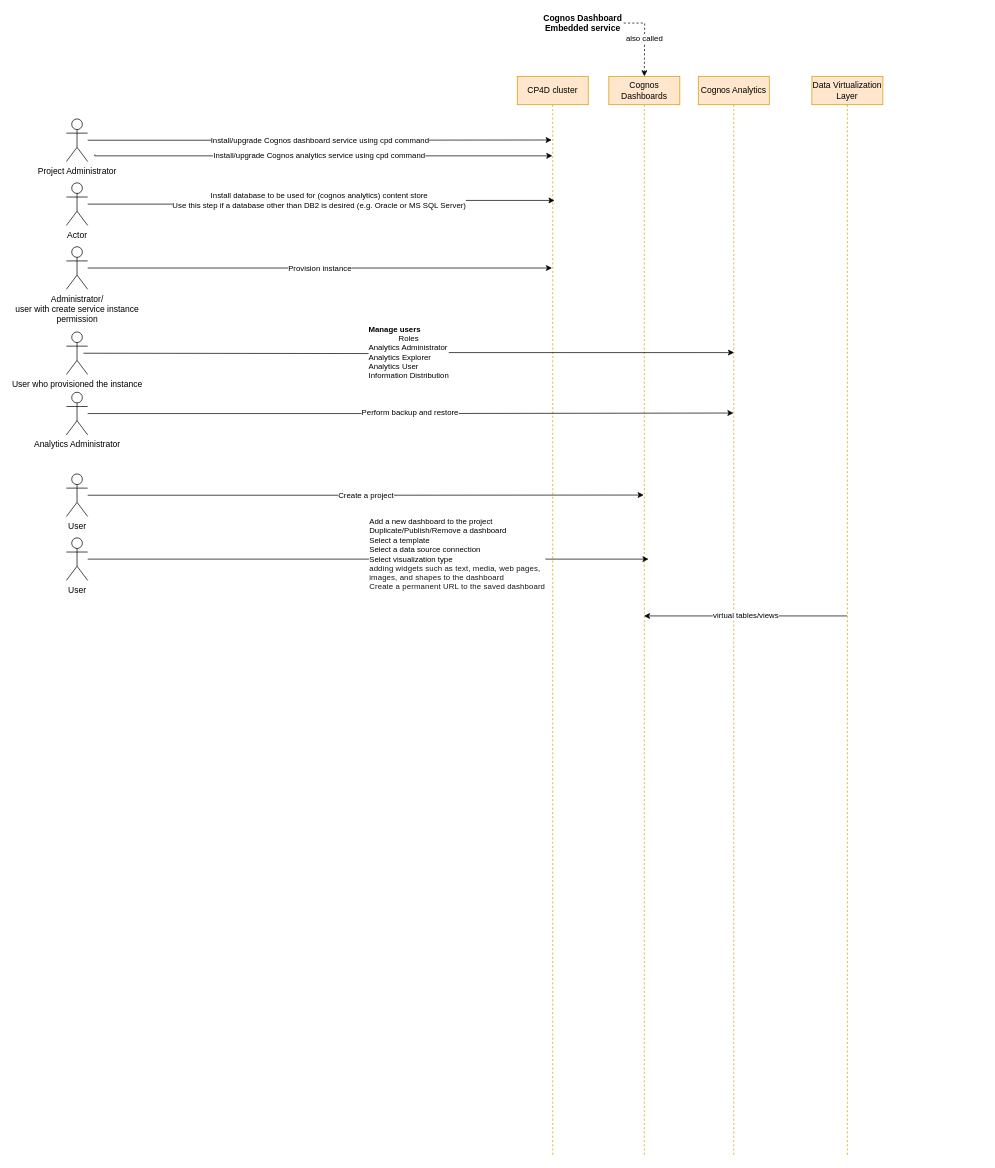
The draw.io diagram dashboard.drawio in kanchantewary/CloudPakForData, before the edit. Source tidied: cells renumbered, new cells numbered last; positions are measured from the earlier drawing's top-left corner, leaving out a move shared by most shapes. Both pictures are drawn from the tidied source at 71%, with x=0, y=0 at pixel (66, 12).
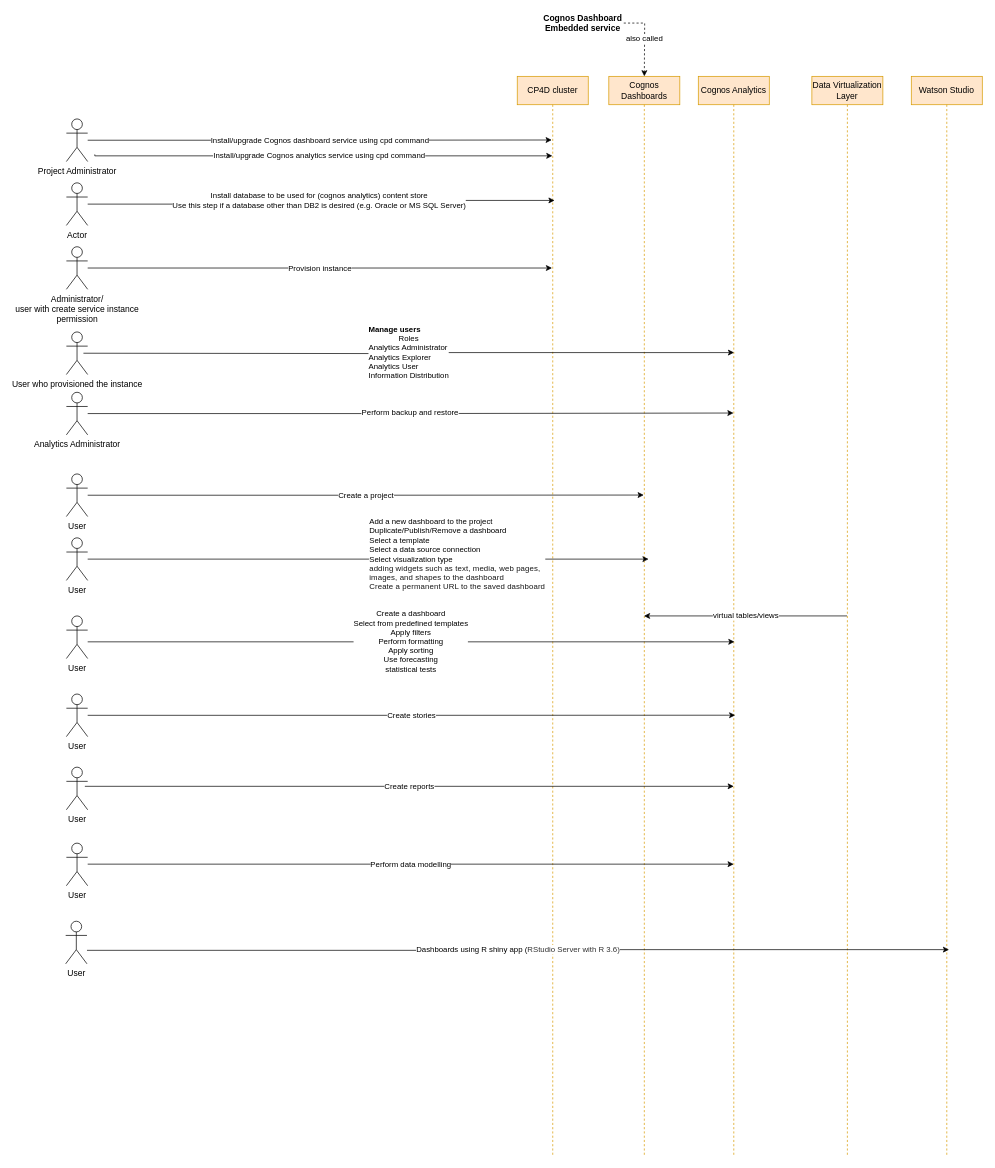
The same page after the edit.

Unchanged cells that the change refers to:
```xml
<mxCell id="2" value="Cognos Analytics" style="shape=umlLifeline;perimeter=lifelinePerimeter;whiteSpace=wrap;html=1;outlineConnect=0;fillColor=#ffe6cc;strokeColor=#d79b00;" parent="1" vertex="1">
  <mxGeometry x="890" y="90" width="100" height="1520" as="geometry" />
</mxCell>
```

Change to the diagram source:
```diff
@@
+    <mxCell id="25" value="Create a dashboard&lt;br&gt;Select from predefined templates&lt;br&gt;Apply filters&lt;br&gt;Perform formatting&lt;br&gt;Apply sorting&lt;br&gt;Use forecasting&lt;br&gt;statistical tests&lt;br&gt;" style="edgeStyle=orthogonalEdgeStyle;rounded=0;jettySize=auto;html=1;entryX=0.509;entryY=0.524;entryDx=0;entryDy=0;entryPerimeter=0;" parent="1" edge="1" source="26" target="2">
+      <mxGeometry relative="1" as="geometry">
+        <Array as="points">
+          <mxPoint x="460" y="886" />
+        </Array>
+      </mxGeometry>
+    </mxCell>
+    <mxCell id="26" value="User" style="shape=umlActor;verticalLabelPosition=bottom;verticalAlign=top;html=1;outlineConnect=0;" parent="1" vertex="1">
+      <mxGeometry y="850" width="30" height="60" as="geometry" />
+    </mxCell>
+    <mxCell id="27" value="Create stories" style="edgeStyle=orthogonalEdgeStyle;rounded=0;jettySize=auto;html=1;entryX=0.52;entryY=0.592;entryDx=0;entryDy=0;entryPerimeter=0;" parent="1" edge="1" source="28" target="2">
+      <mxGeometry relative="1" as="geometry" />
+    </mxCell>
+    <mxCell id="28" value="User" style="shape=umlActor;verticalLabelPosition=bottom;verticalAlign=top;html=1;outlineConnect=0;" parent="1" vertex="1">
+      <mxGeometry y="960" width="30" height="60" as="geometry" />
+    </mxCell>
+    <mxCell id="29" value="Create reports" style="edgeStyle=orthogonalEdgeStyle;rounded=0;orthogonalLoop=1;jettySize=auto;html=1;" parent="1" edge="1">
+      <mxGeometry relative="1" as="geometry">
+        <mxPoint x="26" y="1090" as="sourcePoint" />
+        <mxPoint x="940" y="1090" as="targetPoint" />
+        <Array as="points">
+          <mxPoint x="940" y="1090" />
+        </Array>
+      </mxGeometry>
+    </mxCell>
+    <mxCell id="30" value="User" style="shape=umlActor;verticalLabelPosition=bottom;verticalAlign=top;html=1;" parent="1" vertex="1">
+      <mxGeometry y="1063" width="30" height="60" as="geometry" />
+    </mxCell>
+    <mxCell id="31" value="Perform data modelling" style="edgeStyle=orthogonalEdgeStyle;rounded=0;orthogonalLoop=1;jettySize=auto;html=1;entryX=0.499;entryY=0.73;entryDx=0;entryDy=0;entryPerimeter=0;" parent="1" edge="1">
+      <mxGeometry relative="1" as="geometry">
+        <mxPoint x="30" y="1200" as="sourcePoint" />
+        <mxPoint x="939.9" y="1199.6" as="targetPoint" />
+        <Array as="points">
+          <mxPoint x="940" y="1200" />
+        </Array>
+      </mxGeometry>
+    </mxCell>
+    <mxCell id="32" value="User" style="shape=umlActor;verticalLabelPosition=bottom;verticalAlign=top;html=1;" parent="1" vertex="1">
+      <mxGeometry y="1170" width="30" height="60" as="geometry" />
+    </mxCell>
+    <mxCell id="33" value="Watson Studio" style="shape=umlLifeline;perimeter=lifelinePerimeter;whiteSpace=wrap;html=1;fillColor=#ffe6cc;strokeColor=#d79b00;" parent="1" vertex="1">
+      <mxGeometry x="1190" y="90" width="100" height="1520" as="geometry" />
+    </mxCell>
+    <mxCell id="34" value="Dashboards using R shiny app (&lt;span style=&quot;color: rgb(50 , 50 , 50)&quot;&gt;RStudio Server with R 3.6)&lt;/span&gt;" style="edgeStyle=orthogonalEdgeStyle;rounded=0;orthogonalLoop=1;jettySize=auto;html=1;entryX=0.532;entryY=0.802;entryDx=0;entryDy=0;entryPerimeter=0;" parent="1" edge="1">
+      <mxGeometry relative="1" as="geometry">
+        <mxPoint x="29" y="1321" as="sourcePoint" />
+        <mxPoint x="1243.2" y="1320" as="targetPoint" />
+        <Array as="points">
+          <mxPoint x="636" y="1321" />
+          <mxPoint x="636" y="1320" />
+        </Array>
+      </mxGeometry>
+    </mxCell>
+    <mxCell id="35" value="User" style="shape=umlActor;verticalLabelPosition=bottom;verticalAlign=top;html=1;" parent="1" vertex="1">
+      <mxGeometry x="-1" y="1280" width="30" height="60" as="geometry" />
+    </mxCell>
```
